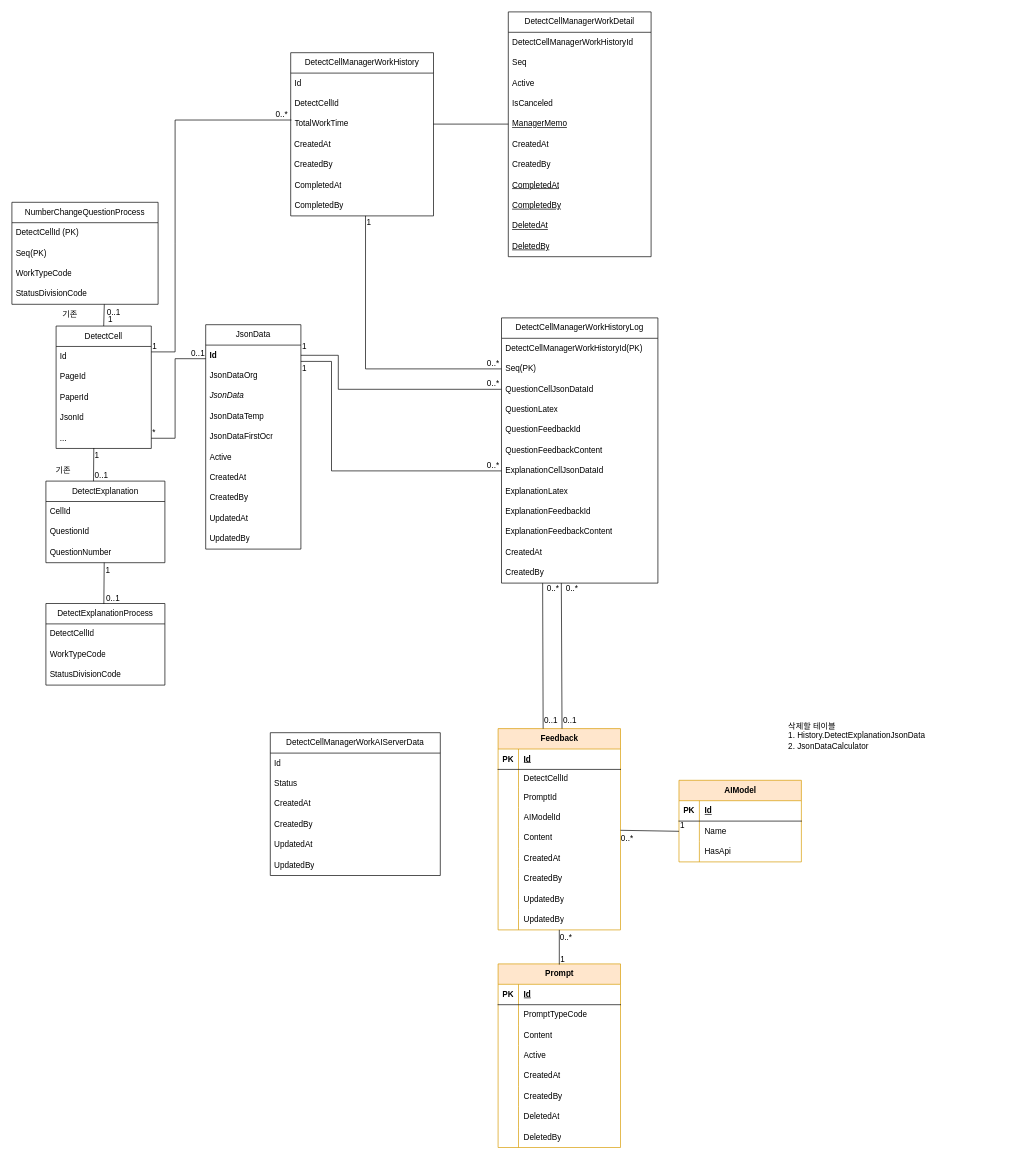
Above: 해설계산기.drawio in hyeonzx/Explanation_Calculator (draw.io), before the change. Source tidied: cells renumbered, new cells numbered last; positions are measured from the earlier drawing's top-left corner, leaving out a move shared by most shapes. Both pictures are drawn from the tidied source at 68%, with x=0, y=0 at pixel (12, 12).
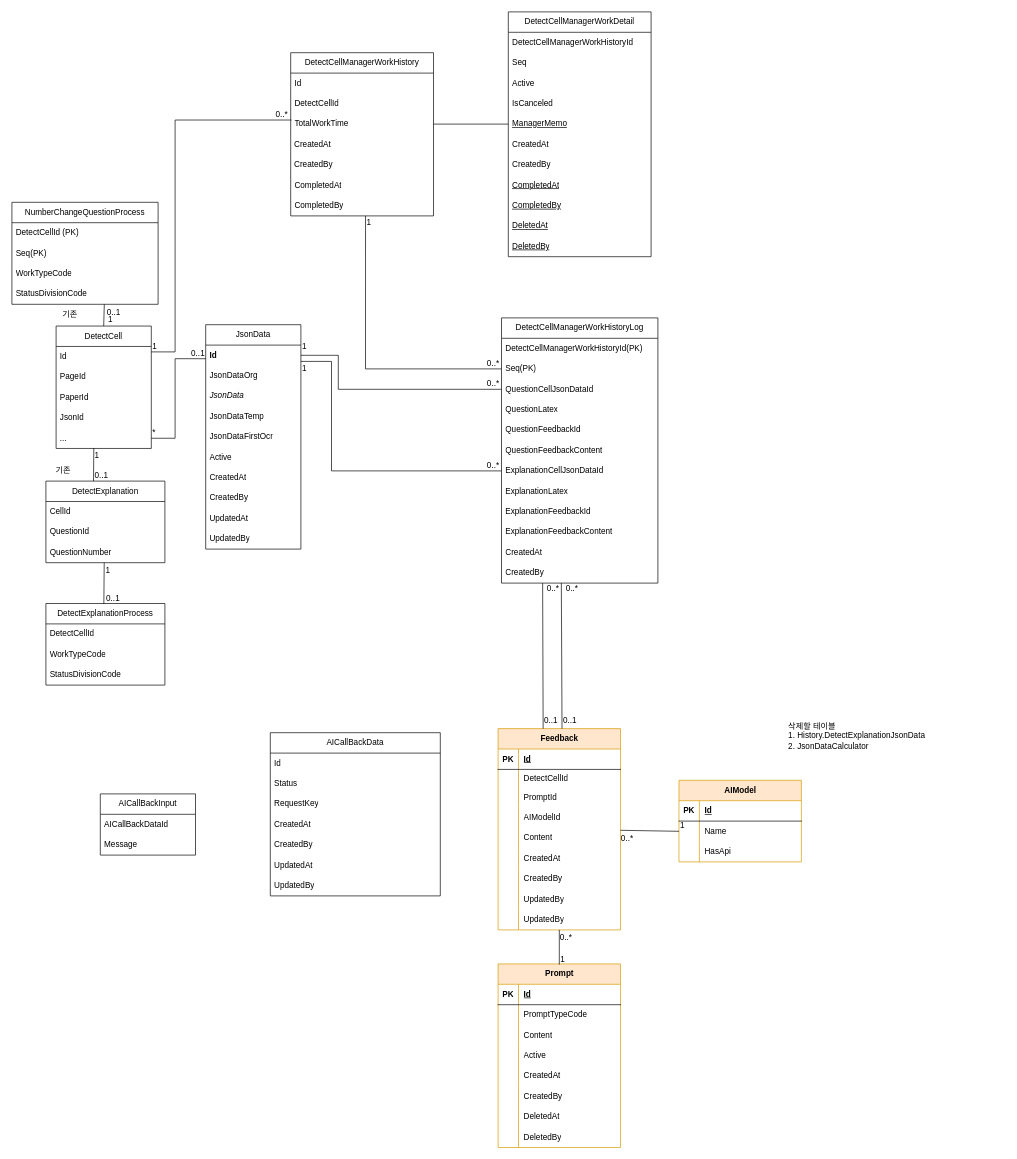
The same diagram, later.

Commit message:
해설계산기.drawio 업데이트

Change to the diagram source:
```diff
@@
-    <mxCell id="168" value="DetectCellManagerWorkAIServerData" style="swimlane;fontStyle=0;horizontal=1;startSize=30;whiteSpace=wrap;html=1;" parent="1" vertex="1">
-      <mxGeometry x="380" y="1060" width="250" height="210" as="geometry" />
+    <mxCell id="168" value="AICallBackData" style="swimlane;fontStyle=0;horizontal=1;startSize=30;whiteSpace=wrap;html=1;" parent="1" vertex="1">
+      <mxGeometry x="380" y="1060" width="250" height="240" as="geometry" />
     </mxCell>
@@
+    <mxCell id="175" value="Status" style="text;strokeColor=none;fillColor=none;align=left;verticalAlign=middle;spacingLeft=4;spacingRight=4;overflow=hidden;whiteSpace=wrap;html=1;" parent="168" vertex="1">
+      <mxGeometry y="60" width="250" height="30" as="geometry" />
+    </mxCell>
-    <mxCell id="170" value="Status" style="text;strokeColor=none;fillColor=none;align=left;verticalAlign=middle;spacingLeft=4;spacingRight=4;overflow=hidden;whiteSpace=wrap;html=1;" parent="168" vertex="1">
-      <mxGeometry y="60" width="250" height="30" as="geometry" />
+    <mxCell id="170" value="RequestKey" style="text;strokeColor=none;fillColor=none;align=left;verticalAlign=middle;spacingLeft=4;spacingRight=4;overflow=hidden;whiteSpace=wrap;html=1;" parent="168" vertex="1">
+      <mxGeometry y="90" width="250" height="30" as="geometry" />
     </mxCell>
     <mxCell id="171" value="CreatedAt" style="text;strokeColor=none;fillColor=none;align=left;verticalAlign=middle;spacingLeft=4;spacingRight=4;overflow=hidden;whiteSpace=wrap;html=1;" parent="168" vertex="1">
-      <mxGeometry y="90" width="250" height="30" as="geometry" />
+      <mxGeometry y="120" width="250" height="30" as="geometry" />
     </mxCell>
     <mxCell id="172" value="CreatedBy" style="text;strokeColor=none;fillColor=none;align=left;verticalAlign=middle;spacingLeft=4;spacingRight=4;overflow=hidden;whiteSpace=wrap;html=1;" parent="168" vertex="1">
-      <mxGeometry y="120" width="250" height="30" as="geometry" />
+      <mxGeometry y="150" width="250" height="30" as="geometry" />
     </mxCell>
     <mxCell id="173" value="UpdatedAt" style="text;strokeColor=none;fillColor=none;align=left;verticalAlign=middle;spacingLeft=4;spacingRight=4;overflow=hidden;whiteSpace=wrap;html=1;" parent="168" vertex="1">
-      <mxGeometry y="150" width="250" height="30" as="geometry" />
+      <mxGeometry y="180" width="250" height="30" as="geometry" />
     </mxCell>
     <mxCell id="174" value="UpdatedBy" style="text;strokeColor=none;fillColor=none;align=left;verticalAlign=middle;spacingLeft=4;spacingRight=4;overflow=hidden;whiteSpace=wrap;html=1;" parent="168" vertex="1">
-      <mxGeometry y="180" width="250" height="30" as="geometry" />
+      <mxGeometry y="210" width="250" height="30" as="geometry" />
     </mxCell>
+    <mxCell id="176" value="AICallBackInput" style="swimlane;fontStyle=0;horizontal=1;startSize=30;whiteSpace=wrap;html=1;" parent="1" vertex="1">
+      <mxGeometry x="130" y="1150" width="140" height="90" as="geometry" />
+    </mxCell>
+    <mxCell id="177" value="AICallBackDataId" style="text;strokeColor=none;fillColor=none;align=left;verticalAlign=middle;spacingLeft=4;spacingRight=4;overflow=hidden;whiteSpace=wrap;html=1;" parent="176" vertex="1">
+      <mxGeometry y="30" width="140" height="30" as="geometry" />
+    </mxCell>
+    <mxCell id="178" value="Message" style="text;strokeColor=none;fillColor=none;align=left;verticalAlign=middle;spacingLeft=4;spacingRight=4;overflow=hidden;whiteSpace=wrap;html=1;" parent="176" vertex="1">
+      <mxGeometry y="60" width="140" height="30" as="geometry" />
+    </mxCell>
```
